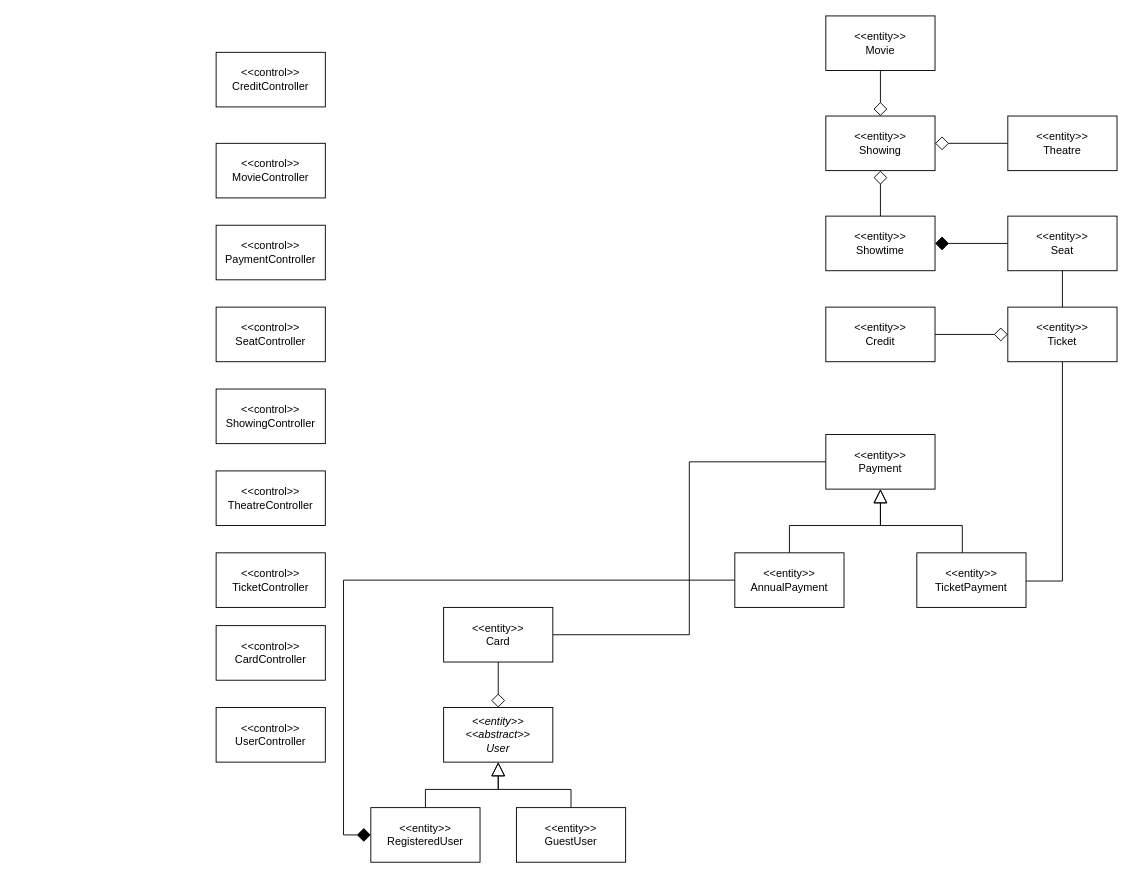
Above: doc/drawio/ClassDiagramWithRelationship.drawio in ticket-kings/movie-theatre-system-backend (draw.io), before the change. Source tidied: cells renumbered, new cells numbered last; positions are measured from the earlier drawing's top-left corner, leaving out a move shared by most shapes. Both pictures are drawn from the tidied source at 91%, with x=0, y=0 at pixel (216, 15).
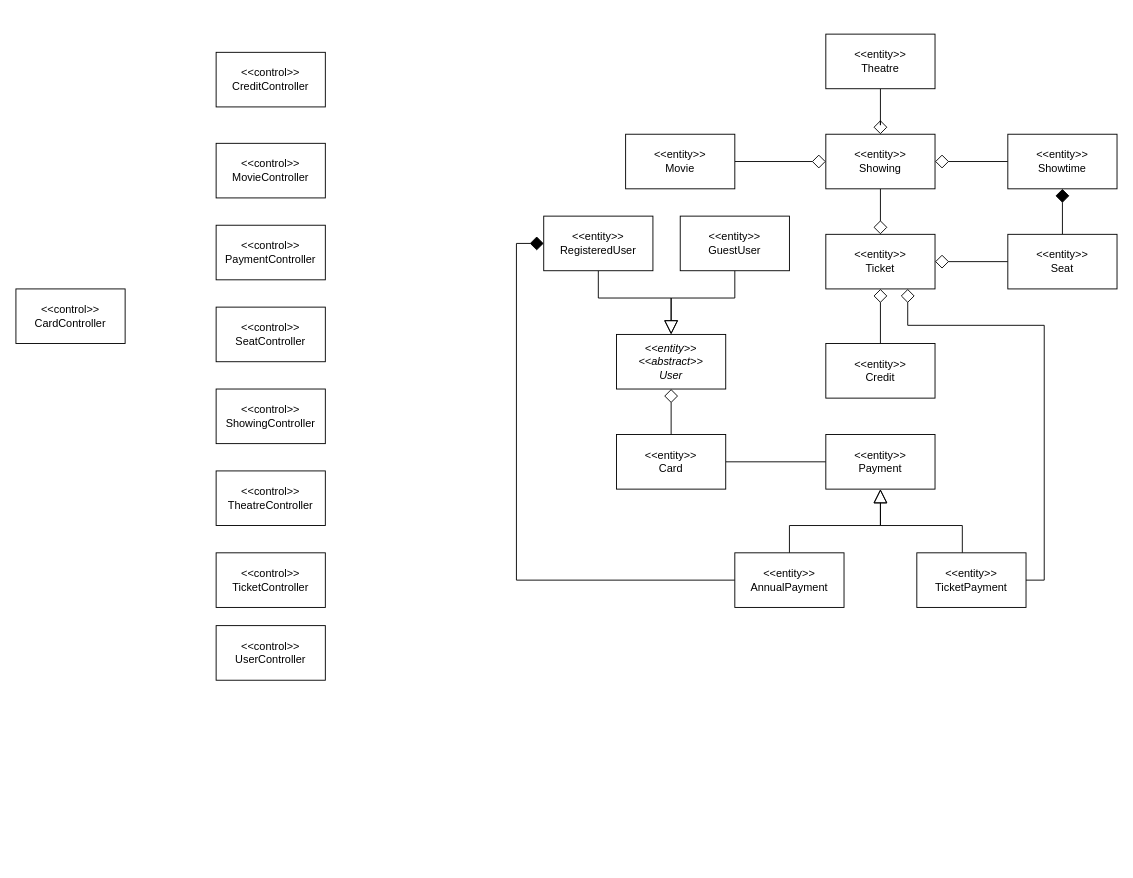
The same page after the edit.

Unchanged cells that the change refers to:
```xml
<mxCell id="24" value="&amp;lt;&amp;lt;entity&amp;gt;&amp;gt;&lt;br&gt;TicketPayment" style="rounded=0;whiteSpace=wrap;html=1;shadow=0;" parent="1" vertex="1">
  <mxGeometry x="770" y="590" width="120" height="60" as="geometry" />
</mxCell>
```

The edit, as a diff of the source:
```diff
@@
-    <mxCell id="2" style="edgeStyle=orthogonalEdgeStyle;rounded=0;jettySize=auto;html=1;startArrow=none;startFill=0;endArrow=none;endFill=0;startSize=13;endSize=13;" parent="1" edge="1" source="23" target="27">
-      <mxGeometry relative="1" as="geometry" />
-    </mxCell>
@@
-    <mxCell id="4" style="edgeStyle=orthogonalEdgeStyle;rounded=0;jettySize=auto;html=1;startArrow=none;startFill=0;endArrow=none;endFill=0;startSize=13;endSize=13;" parent="1" edge="1" source="24" target="23">
-      <mxGeometry relative="1" as="geometry">
-        <Array as="points">
-          <mxPoint x="770" y="621" />
-          <mxPoint x="930" y="621" />
-        </Array>
-      </mxGeometry>
-    </mxCell>
     <mxCell id="5" style="edgeStyle=orthogonalEdgeStyle;rounded=0;jettySize=auto;html=1;startArrow=diamond;startFill=0;endArrow=none;endFill=0;startSize=13;endSize=6;" parent="1" edge="1" source="19" target="20">
       <mxGeometry relative="1" as="geometry">
         <Array as="points">
-          <mxPoint x="910" y="110" />
-          <mxPoint x="910" y="110" />
+          <mxPoint x="730" y="120" />
+          <mxPoint x="730" y="120" />
         </Array>
       </mxGeometry>
     </mxCell>
-    <mxCell id="6" style="edgeStyle=orthogonalEdgeStyle;rounded=0;jettySize=auto;html=1;startArrow=diamond;startFill=0;endArrow=none;endFill=0;startSize=13;endSize=6;exitX=0.5;exitY=1;exitDx=0;exitDy=0;" parent="1" edge="1" source="19" target="26">
+    <mxCell id="6" style="edgeStyle=orthogonalEdgeStyle;rounded=0;jettySize=auto;html=1;startArrow=diamond;startFill=0;endArrow=none;endFill=0;startSize=13;endSize=6;" parent="1" edge="1" source="19" target="26">
       <mxGeometry relative="1" as="geometry" />
     </mxCell>
@@
     <mxCell id="11" style="edgeStyle=orthogonalEdgeStyle;rounded=0;jettySize=auto;html=1;startArrow=none;startFill=0;endArrow=block;endFill=0;startSize=13;endSize=13;" parent="1" edge="1" source="14" target="16">
       <mxGeometry relative="1" as="geometry">
         <Array as="points">
-          <mxPoint x="230" y="850" />
-          <mxPoint x="310" y="850" />
+          <mxPoint x="420" y="310" />
+          <mxPoint x="500" y="310" />
         </Array>
       </mxGeometry>
     </mxCell>
     <mxCell id="12" style="edgeStyle=orthogonalEdgeStyle;rounded=0;jettySize=auto;html=1;startArrow=none;startFill=0;endArrow=block;endFill=0;startSize=13;endSize=13;" parent="1" edge="1" source="15" target="16">
       <mxGeometry relative="1" as="geometry">
         <Array as="points">
-          <mxPoint x="390" y="850" />
-          <mxPoint x="310" y="850" />
+          <mxPoint x="570" y="310" />
+          <mxPoint x="500" y="310" />
         </Array>
       </mxGeometry>
     </mxCell>
@@
     <mxCell id="14" value="&amp;lt;&amp;lt;entity&amp;gt;&amp;gt;&lt;br&gt;RegisteredUser" style="rounded=0;whiteSpace=wrap;html=1;shadow=0;" parent="1" vertex="1">
-      <mxGeometry x="170" y="870" width="120" height="60" as="geometry" />
+      <mxGeometry x="360" y="220" width="120" height="60" as="geometry" />
     </mxCell>
     <mxCell id="15" value="&amp;lt;&amp;lt;entity&amp;gt;&amp;gt;&lt;br&gt;GuestUser" style="rounded=0;whiteSpace=wrap;html=1;shadow=0;" parent="1" vertex="1">
-      <mxGeometry x="330" y="870" width="120" height="60" as="geometry" />
+      <mxGeometry x="510" y="220" width="120" height="60" as="geometry" />
     </mxCell>
+    <mxCell id="39" style="edgeStyle=orthogonalEdgeStyle;rounded=0;jettySize=auto;html=1;exitX=0.5;exitY=1;exitDx=0;exitDy=0;entryX=0.5;entryY=0;entryDx=0;entryDy=0;startArrow=diamond;startFill=0;endArrow=none;endFill=0;startSize=13;endSize=13;targetPerimeterSpacing=13;" parent="1" edge="1" source="16" target="29">
+      <mxGeometry relative="1" as="geometry" />
+    </mxCell>
     <mxCell id="16" value="&lt;i&gt;&amp;lt;&amp;lt;entity&amp;gt;&amp;gt;&lt;br&gt;&amp;lt;&amp;lt;abstract&amp;gt;&amp;gt;&lt;br&gt;User&lt;/i&gt;" style="rounded=0;whiteSpace=wrap;html=1;shadow=0;" parent="1" vertex="1">
-      <mxGeometry x="250" y="760" width="120" height="60" as="geometry" />
+      <mxGeometry x="440" y="350" width="120" height="60" as="geometry" />
     </mxCell>
     <mxCell id="17" value="&amp;lt;&amp;lt;entity&amp;gt;&amp;gt;&lt;br&gt;Credit" style="rounded=0;whiteSpace=wrap;html=1;shadow=0;" parent="1" vertex="1">
-      <mxGeometry x="670" y="320" width="120" height="60" as="geometry" />
+      <mxGeometry x="670" y="360" width="120" height="60" as="geometry" />
     </mxCell>
     <mxCell id="18" value="&amp;lt;&amp;lt;entity&amp;gt;&amp;gt;&lt;br&gt;Movie" style="rounded=0;whiteSpace=wrap;html=1;shadow=0;" parent="1" vertex="1">
-      <mxGeometry x="670" width="120" height="60" as="geometry" />
+      <mxGeometry x="450" y="130" width="120" height="60" as="geometry" />
     </mxCell>
+    <mxCell id="40" style="edgeStyle=orthogonalEdgeStyle;rounded=0;jettySize=auto;html=1;startArrow=none;startFill=0;endArrow=diamond;endFill=0;endSize=13;exitX=0.5;exitY=1;exitDx=0;exitDy=0;" parent="1" edge="1" source="19" target="23">
+      <mxGeometry relative="1" as="geometry">
+        <Array as="points">
+          <mxPoint x="730" y="270" />
+          <mxPoint x="730" y="270" />
+        </Array>
+      </mxGeometry>
+    </mxCell>
     <mxCell id="19" value="&amp;lt;&amp;lt;entity&amp;gt;&amp;gt;&lt;br&gt;Showing" style="rounded=0;whiteSpace=wrap;html=1;shadow=0;" parent="1" vertex="1">
-      <mxGeometry x="670" y="110" width="120" height="60" as="geometry" />
+      <mxGeometry x="670" y="130" width="120" height="60" as="geometry" />
     </mxCell>
     <mxCell id="20" value="&amp;lt;&amp;lt;entity&amp;gt;&amp;gt;&lt;br&gt;Theatre" style="rounded=0;whiteSpace=wrap;html=1;shadow=0;" parent="1" vertex="1">
-      <mxGeometry x="870" y="110" width="120" height="60" as="geometry" />
+      <mxGeometry x="670" y="20" width="120" height="60" as="geometry" />
     </mxCell>
@@
     <mxCell id="23" value="&amp;lt;&amp;lt;entity&amp;gt;&amp;gt;&lt;br&gt;Ticket" style="rounded=0;whiteSpace=wrap;html=1;shadow=0;" parent="1" vertex="1">
-      <mxGeometry x="870" y="320" width="120" height="60" as="geometry" />
+      <mxGeometry x="670" y="240" width="120" height="60" as="geometry" />
     </mxCell>
+    <mxCell id="4" style="edgeStyle=orthogonalEdgeStyle;rounded=0;jettySize=auto;html=1;exitX=1;exitY=0.5;exitDx=0;exitDy=0;entryX=0.75;entryY=1;entryDx=0;entryDy=0;startArrow=none;startFill=0;endArrow=diamond;endFill=0;endSize=13;" parent="1" edge="1" source="24" target="23">
+      <mxGeometry relative="1" as="geometry">
+        <Array as="points">
+          <mxPoint x="910" y="620" />
+          <mxPoint x="910" y="340" />
+          <mxPoint x="760" y="340" />
+        </Array>
+      </mxGeometry>
+    </mxCell>
@@
     <mxCell id="26" value="&amp;lt;&amp;lt;entity&amp;gt;&amp;gt;&lt;br&gt;Showtime" style="rounded=0;whiteSpace=wrap;html=1;shadow=0;" parent="1" vertex="1">
-      <mxGeometry x="670" y="220" width="120" height="60" as="geometry" />
+      <mxGeometry x="870" y="130" width="120" height="60" as="geometry" />
     </mxCell>
+    <mxCell id="41" style="edgeStyle=orthogonalEdgeStyle;rounded=0;jettySize=auto;html=1;startArrow=none;startFill=0;endArrow=diamond;endFill=0;endSize=13;" parent="1" edge="1" source="27" target="23">
+      <mxGeometry relative="1" as="geometry" />
+    </mxCell>
     <mxCell id="27" value="&amp;lt;&amp;lt;entity&amp;gt;&amp;gt;&lt;br&gt;Seat" style="rounded=0;whiteSpace=wrap;html=1;shadow=0;" parent="1" vertex="1">
-      <mxGeometry x="870" y="220" width="120" height="60" as="geometry" />
+      <mxGeometry x="870" y="240" width="120" height="60" as="geometry" />
     </mxCell>
-    <mxCell id="28" style="edgeStyle=orthogonalEdgeStyle;rounded=0;jettySize=auto;html=1;exitX=0.5;exitY=1;exitDx=0;exitDy=0;entryX=0.5;entryY=0;entryDx=0;entryDy=0;startArrow=none;startFill=0;endArrow=diamond;endFill=0;endSize=13;" parent="1" edge="1" source="29" target="16">
-      <mxGeometry relative="1" as="geometry" />
-    </mxCell>
     <mxCell id="29" value="&amp;lt;&amp;lt;entity&amp;gt;&amp;gt;&lt;br&gt;Card" style="rounded=0;whiteSpace=wrap;html=1;shadow=0;" parent="1" vertex="1">
-      <mxGeometry x="250" y="650" width="120" height="60" as="geometry" />
+      <mxGeometry x="440" y="460" width="120" height="60" as="geometry" />
     </mxCell>
@@
     <mxCell id="36" value="&amp;lt;&amp;lt;control&amp;gt;&amp;gt;&lt;br&gt;CardController" style="rounded=0;whiteSpace=wrap;html=1;shadow=0;" parent="1" vertex="1">
-      <mxGeometry y="670" width="120" height="60" as="geometry" />
+      <mxGeometry x="-220" y="300" width="120" height="60" as="geometry" />
     </mxCell>
@@
     <mxCell id="38" value="&amp;lt;&amp;lt;control&amp;gt;&amp;gt;&lt;br&gt;UserController" style="rounded=0;whiteSpace=wrap;html=1;shadow=0;" parent="1" vertex="1">
-      <mxGeometry y="760" width="120" height="60" as="geometry" />
+      <mxGeometry y="670" width="120" height="60" as="geometry" />
     </mxCell>
```
